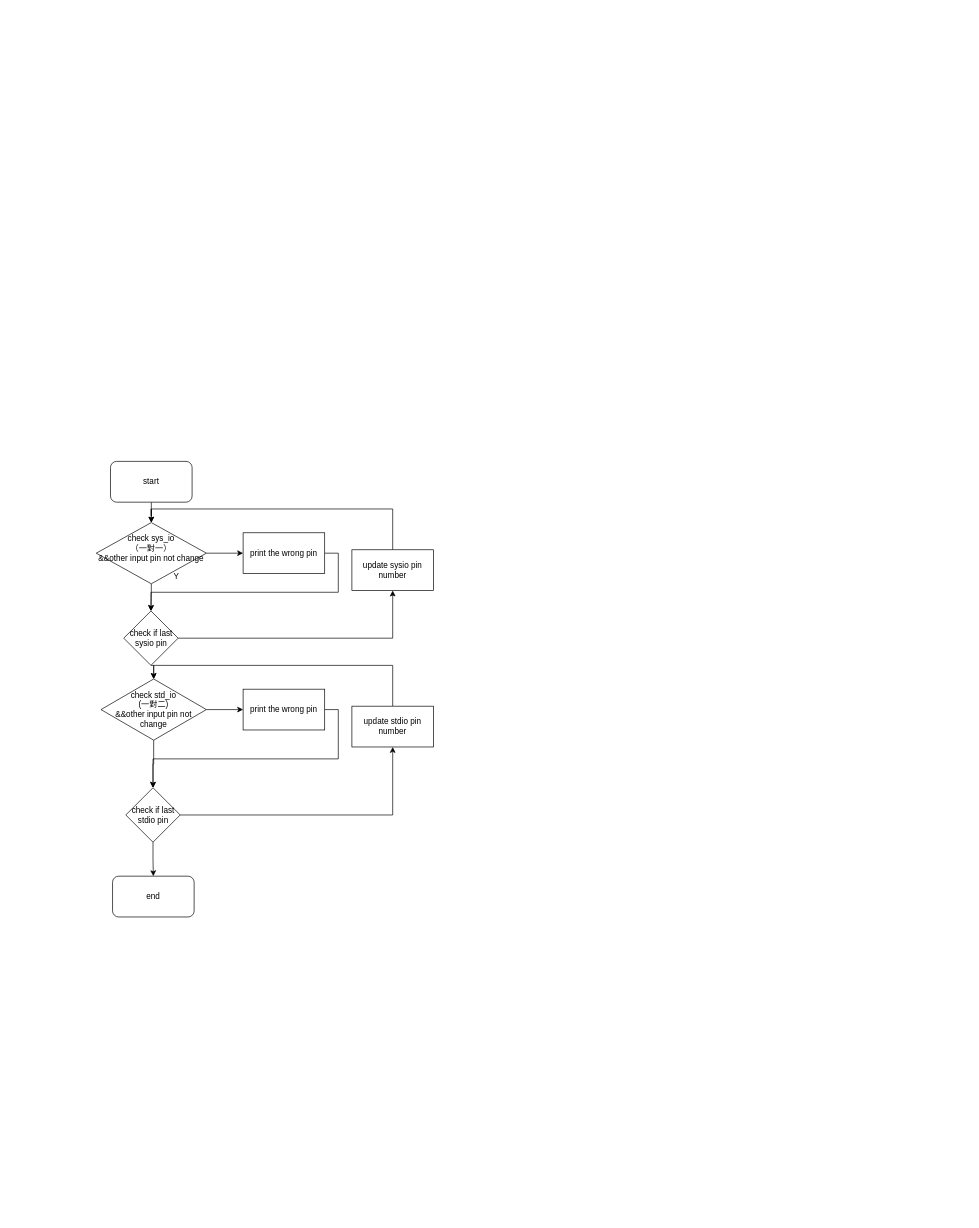
The draw.io diagram io_test_rewrite.drawio in eziohzy/FlowChartRepository, before the edit. Source tidied: cells renumbered, new cells numbered last; positions are measured from the earlier drawing's top-left corner, leaving out a move shared by most shapes. Both pictures are drawn from the tidied source at 68%, with x=0, y=0 at pixel (96, 461).
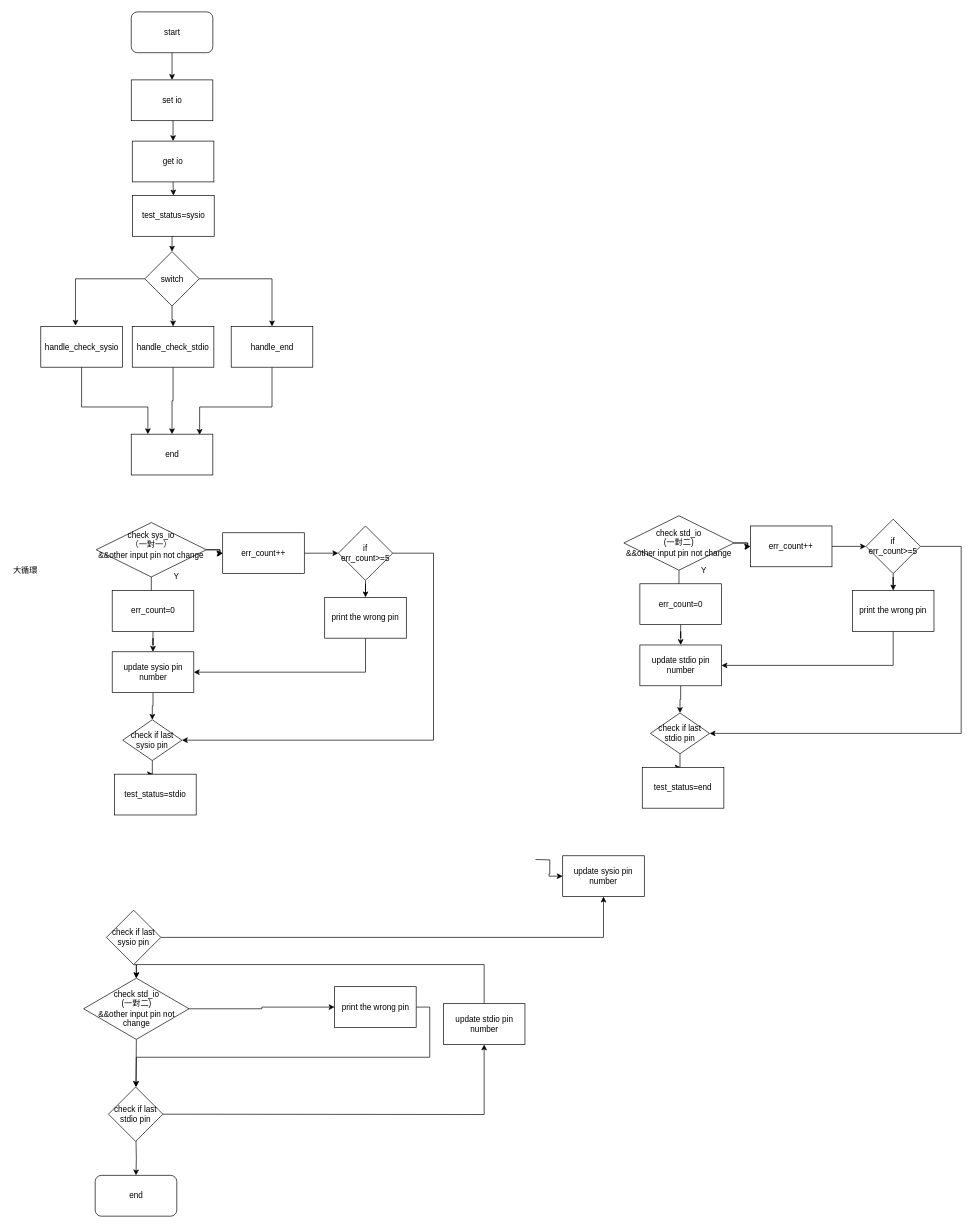
The same diagram, later.

Diff of the diagram source:
```diff
@@
-    <mxCell id="2" style="edgeStyle=orthogonalEdgeStyle;rounded=0;jettySize=auto;html=1;entryX=0.5;entryY=0;entryDx=0;entryDy=0;" parent="1" edge="1" source="3" target="6">
-      <mxGeometry relative="1" as="geometry" />
-    </mxCell>
-    <mxCell id="3" value="start" style="rounded=1;whiteSpace=wrap;html=1;" parent="1" vertex="1">
-      <mxGeometry x="21" width="120" height="60" as="geometry" />
-    </mxCell>
-    <mxCell id="4" style="edgeStyle=orthogonalEdgeStyle;rounded=0;jettySize=auto;html=1;exitX=0.5;exitY=1;exitDx=0;exitDy=0;" parent="1" edge="1" source="6" target="9">
-      <mxGeometry relative="1" as="geometry" />
-    </mxCell>
-    <mxCell id="5" style="edgeStyle=orthogonalEdgeStyle;rounded=0;jettySize=auto;html=1;entryX=0;entryY=0.5;entryDx=0;entryDy=0;" parent="1" edge="1" source="6" target="12">
-      <mxGeometry relative="1" as="geometry" />
-    </mxCell>
+    <mxCell id="26" style="edgeStyle=orthogonalEdgeStyle;rounded=0;jettySize=auto;html=1;" parent="1" edge="1" source="6">
+      <mxGeometry relative="1" as="geometry">
+        <mxPoint x="186" y="135" as="targetPoint" />
+      </mxGeometry>
+    </mxCell>
+    <mxCell id="27" style="edgeStyle=orthogonalEdgeStyle;rounded=0;jettySize=auto;html=1;" parent="1" edge="1" source="6" target="37">
+      <mxGeometry relative="1" as="geometry" />
+    </mxCell>
+    <mxCell id="28" style="edgeStyle=orthogonalEdgeStyle;rounded=0;jettySize=auto;html=1;" parent="1" edge="1" source="6">
+      <mxGeometry relative="1" as="geometry">
+        <mxPoint x="81" y="210" as="targetPoint" />
+      </mxGeometry>
+    </mxCell>
     <mxCell id="6" value="&lt;div&gt;check sys_io&lt;/div&gt;&lt;div&gt;（一對一）&lt;/div&gt;&lt;div&gt;&amp;amp;&amp;amp;other input pin not change&lt;br&gt;&lt;/div&gt;&lt;div&gt;&lt;br&gt;&lt;/div&gt;" style="rhombus;whiteSpace=wrap;html=1;" parent="1" vertex="1">
-      <mxGeometry y="90" width="162" height="90" as="geometry" />
+      <mxGeometry y="90" width="162" height="80" as="geometry" />
     </mxCell>
@@
     <mxCell id="9" value="check if last sysio pin" style="rhombus;whiteSpace=wrap;html=1;direction=south;" parent="1" vertex="1">
-      <mxGeometry x="40.5" y="220" width="80" height="80" as="geometry" />
+      <mxGeometry x="15" y="660" width="80" height="80" as="geometry" />
     </mxCell>
@@
-    <mxCell id="11" style="edgeStyle=orthogonalEdgeStyle;rounded=0;jettySize=auto;html=1;exitX=1;exitY=0.5;exitDx=0;exitDy=0;entryX=0;entryY=0.5;entryDx=0;entryDy=0;" parent="1" edge="1" source="12" target="9">
-      <mxGeometry relative="1" as="geometry" />
-    </mxCell>
-    <mxCell id="12" value="print the wrong pin" style="rounded=0;whiteSpace=wrap;html=1;" parent="1" vertex="1">
-      <mxGeometry x="216" y="105" width="120" height="60" as="geometry" />
-    </mxCell>
-    <mxCell id="13" style="edgeStyle=orthogonalEdgeStyle;rounded=0;jettySize=auto;html=1;exitX=0.5;exitY=0;exitDx=0;exitDy=0;entryX=0.5;entryY=0;entryDx=0;entryDy=0;" parent="1" edge="1" source="14" target="6">
-      <mxGeometry relative="1" as="geometry" />
-    </mxCell>
+    <mxCell id="29" style="edgeStyle=orthogonalEdgeStyle;rounded=0;jettySize=auto;html=1;" parent="1" edge="1" target="14">
+      <mxGeometry relative="1" as="geometry">
+        <mxPoint x="646" y="585.5" as="sourcePoint" />
+      </mxGeometry>
+    </mxCell>
     <mxCell id="14" value="update sysio pin number" style="rounded=0;whiteSpace=wrap;html=1;" parent="1" vertex="1">
-      <mxGeometry x="376" y="130" width="120" height="60" as="geometry" />
+      <mxGeometry x="686" y="580" width="120" height="60" as="geometry" />
     </mxCell>
@@
-    <mxCell id="16" style="edgeStyle=orthogonalEdgeStyle;rounded=0;jettySize=auto;html=1;exitX=0.5;exitY=1;exitDx=0;exitDy=0;entryX=0.5;entryY=0;entryDx=0;entryDy=0;" parent="1" edge="1" source="17" target="22">
-      <mxGeometry relative="1" as="geometry" />
+    <mxCell id="16" style="edgeStyle=orthogonalEdgeStyle;rounded=0;jettySize=auto;html=1;exitX=0.5;exitY=1;exitDx=0;exitDy=0;entryX=0.5;entryY=0;entryDx=0;entryDy=0;" parent="1" edge="1" source="17">
+      <mxGeometry relative="1" as="geometry">
+        <mxPoint x="58.5" y="920" as="targetPoint" />
+      </mxGeometry>
     </mxCell>
     <mxCell id="17" value="&lt;div&gt;check std_io&lt;/div&gt;&lt;div&gt;(一對二)&lt;/div&gt;&lt;div&gt;&amp;amp;&amp;amp;other input pin not change&lt;br&gt;&lt;/div&gt;" style="rhombus;whiteSpace=wrap;html=1;" parent="1" vertex="1">
-      <mxGeometry x="7" y="320" width="155" height="90" as="geometry" />
+      <mxGeometry x="-18.5" y="760" width="155" height="90" as="geometry" />
     </mxCell>
-    <mxCell id="18" style="edgeStyle=orthogonalEdgeStyle;rounded=0;jettySize=auto;html=1;exitX=1;exitY=0.5;exitDx=0;exitDy=0;entryX=0.5;entryY=0;entryDx=0;entryDy=0;" parent="1" edge="1" source="19" target="22">
-      <mxGeometry relative="1" as="geometry" />
+    <mxCell id="18" style="edgeStyle=orthogonalEdgeStyle;rounded=0;jettySize=auto;html=1;exitX=1;exitY=0.5;exitDx=0;exitDy=0;entryX=0.5;entryY=0;entryDx=0;entryDy=0;" parent="1" edge="1" source="19">
+      <mxGeometry relative="1" as="geometry">
+        <mxPoint x="58.5" y="920" as="targetPoint" />
+      </mxGeometry>
     </mxCell>
     <mxCell id="19" value="print the wrong pin" style="rounded=0;whiteSpace=wrap;html=1;" parent="1" vertex="1">
-      <mxGeometry x="216" y="335" width="120" height="60" as="geometry" />
+      <mxGeometry x="350.5" y="772.5" width="120" height="60" as="geometry" />
     </mxCell>
-    <mxCell id="20" style="edgeStyle=orthogonalEdgeStyle;rounded=0;jettySize=auto;html=1;entryX=0.5;entryY=0;entryDx=0;entryDy=0;" parent="1" edge="1" source="22" target="23">
-      <mxGeometry relative="1" as="geometry" />
+    <mxCell id="20" style="edgeStyle=orthogonalEdgeStyle;rounded=0;jettySize=auto;html=1;entryX=0.5;entryY=0;entryDx=0;entryDy=0;" parent="1" edge="1" target="23">
+      <mxGeometry relative="1" as="geometry">
+        <mxPoint x="58.5" y="999.5" as="sourcePoint" />
+      </mxGeometry>
     </mxCell>
-    <mxCell id="21" style="edgeStyle=orthogonalEdgeStyle;rounded=0;jettySize=auto;html=1;entryX=0.5;entryY=1;entryDx=0;entryDy=0;entryPerimeter=0;" parent="1" edge="1" source="22" target="25">
-      <mxGeometry relative="1" as="geometry" />
+    <mxCell id="21" style="edgeStyle=orthogonalEdgeStyle;rounded=0;jettySize=auto;html=1;entryX=0.5;entryY=1;entryDx=0;entryDy=0;entryPerimeter=0;" parent="1" edge="1" target="25">
+      <mxGeometry relative="1" as="geometry">
+        <mxPoint x="98" y="960" as="sourcePoint" />
+      </mxGeometry>
     </mxCell>
-    <mxCell id="22" value="check if last stdio pin" style="rhombus;whiteSpace=wrap;html=1;" parent="1" vertex="1">
-      <mxGeometry x="43.5" y="480" width="80" height="80" as="geometry" />
-    </mxCell>
     <mxCell id="23" value="end" style="rounded=1;whiteSpace=wrap;html=1;" parent="1" vertex="1">
-      <mxGeometry x="24" y="610" width="120" height="60" as="geometry" />
+      <mxGeometry x="-1.5" y="1050" width="120" height="60" as="geometry" />
     </mxCell>
@@
     <mxCell id="25" value="update stdio pin number" style="rounded=0;whiteSpace=wrap;html=1;" parent="1" vertex="1">
-      <mxGeometry x="376" y="360" width="120" height="60" as="geometry" />
+      <mxGeometry x="510.5" y="797.5" width="120" height="60" as="geometry" />
     </mxCell>
+    <mxCell id="22" value="check if last stdio pin" style="rhombus;whiteSpace=wrap;html=1;" parent="1" vertex="1">
+      <mxGeometry x="18" y="920" width="80" height="80" as="geometry" />
+    </mxCell>
+    <mxCell id="30" value="大循環" style="text;html=1;strokeColor=none;fillColor=none;align=center;verticalAlign=middle;whiteSpace=wrap;rounded=0;" parent="1" vertex="1">
+      <mxGeometry x="-124" y="150" width="40" height="20" as="geometry" />
+    </mxCell>
+    <mxCell id="31" style="edgeStyle=orthogonalEdgeStyle;rounded=0;jettySize=auto;html=1;" parent="1" edge="1" source="3" target="33">
+      <mxGeometry relative="1" as="geometry" />
+    </mxCell>
+    <mxCell id="3" value="start" style="rounded=1;whiteSpace=wrap;html=1;" parent="1" vertex="1">
+      <mxGeometry x="51.5" y="-661" width="120" height="60" as="geometry" />
+    </mxCell>
+    <mxCell id="32" style="edgeStyle=orthogonalEdgeStyle;rounded=0;jettySize=auto;html=1;exitX=0.5;exitY=1;exitDx=0;exitDy=0;entryX=0.5;entryY=0;entryDx=0;entryDy=0;" parent="1" edge="1" source="33" target="35">
+      <mxGeometry relative="1" as="geometry" />
+    </mxCell>
+    <mxCell id="33" value="set io" style="rounded=0;whiteSpace=wrap;html=1;" parent="1" vertex="1">
+      <mxGeometry x="51.5" y="-561" width="120" height="60" as="geometry" />
+    </mxCell>
+    <mxCell id="34" style="edgeStyle=orthogonalEdgeStyle;rounded=0;jettySize=auto;html=1;exitX=0.5;exitY=1;exitDx=0;exitDy=0;entryX=0.5;entryY=0;entryDx=0;entryDy=0;" parent="1" edge="1" source="35" target="49">
+      <mxGeometry relative="1" as="geometry" />
+    </mxCell>
+    <mxCell id="35" value="get io" style="rounded=0;whiteSpace=wrap;html=1;" parent="1" vertex="1">
+      <mxGeometry x="53" y="-471" width="120" height="60" as="geometry" />
+    </mxCell>
+    <mxCell id="36" style="edgeStyle=orthogonalEdgeStyle;rounded=0;jettySize=auto;html=1;exitX=1;exitY=0.5;exitDx=0;exitDy=0;entryX=0;entryY=0.5;entryDx=0;entryDy=0;" parent="1" edge="1" source="37" target="42">
+      <mxGeometry relative="1" as="geometry" />
+    </mxCell>
+    <mxCell id="37" value="err_count++" style="rounded=0;whiteSpace=wrap;html=1;" parent="1" vertex="1">
+      <mxGeometry x="186" y="105" width="120" height="60" as="geometry" />
+    </mxCell>
+    <mxCell id="38" style="edgeStyle=orthogonalEdgeStyle;rounded=0;jettySize=auto;html=1;" parent="1" edge="1" source="39" target="44">
+      <mxGeometry relative="1" as="geometry" />
+    </mxCell>
+    <mxCell id="39" value="err_count=0" style="rounded=0;whiteSpace=wrap;html=1;" parent="1" vertex="1">
+      <mxGeometry x="23.5" y="190" width="120" height="60" as="geometry" />
+    </mxCell>
+    <mxCell id="40" style="edgeStyle=orthogonalEdgeStyle;rounded=0;jettySize=auto;html=1;entryX=0.5;entryY=0;entryDx=0;entryDy=0;" parent="1" edge="1" source="42" target="46">
+      <mxGeometry relative="1" as="geometry">
+        <Array as="points">
+          <mxPoint x="496" y="135" />
+          <mxPoint x="496" y="410" />
+        </Array>
+      </mxGeometry>
+    </mxCell>
+    <mxCell id="41" style="edgeStyle=orthogonalEdgeStyle;rounded=0;jettySize=auto;html=1;entryX=0.5;entryY=0;entryDx=0;entryDy=0;" parent="1" edge="1" source="42" target="51">
+      <mxGeometry relative="1" as="geometry" />
+    </mxCell>
+    <mxCell id="42" value="if err_count&amp;gt;=5" style="rhombus;whiteSpace=wrap;html=1;" parent="1" vertex="1">
+      <mxGeometry x="356" y="95" width="80" height="80" as="geometry" />
+    </mxCell>
+    <mxCell id="43" style="edgeStyle=orthogonalEdgeStyle;rounded=0;jettySize=auto;html=1;entryX=0;entryY=0.5;entryDx=0;entryDy=0;" parent="1" edge="1" source="44" target="46">
+      <mxGeometry relative="1" as="geometry" />
+    </mxCell>
+    <mxCell id="44" value="update sysio pin number" style="rounded=0;whiteSpace=wrap;html=1;" parent="1" vertex="1">
+      <mxGeometry x="23.5" y="280" width="120" height="60" as="geometry" />
+    </mxCell>
+    <mxCell id="45" style="edgeStyle=orthogonalEdgeStyle;rounded=0;jettySize=auto;html=1;" parent="1" edge="1" source="46">
+      <mxGeometry relative="1" as="geometry">
+        <mxPoint x="83" y="460" as="targetPoint" />
+      </mxGeometry>
+    </mxCell>
+    <mxCell id="46" value="check if last sysio pin" style="rhombus;whiteSpace=wrap;html=1;direction=south;" parent="1" vertex="1">
+      <mxGeometry x="39" y="380" width="87" height="60" as="geometry" />
+    </mxCell>
+    <mxCell id="47" value="test_status=stdio" style="rounded=0;whiteSpace=wrap;html=1;" parent="1" vertex="1">
+      <mxGeometry x="27" y="460" width="120" height="60" as="geometry" />
+    </mxCell>
+    <mxCell id="48" style="edgeStyle=orthogonalEdgeStyle;rounded=0;jettySize=auto;html=1;exitX=0.5;exitY=1;exitDx=0;exitDy=0;entryX=0.5;entryY=0;entryDx=0;entryDy=0;" parent="1" edge="1" source="49" target="74">
+      <mxGeometry relative="1" as="geometry" />
+    </mxCell>
+    <mxCell id="49" value="test_status=sysio" style="rounded=0;whiteSpace=wrap;html=1;" parent="1" vertex="1">
+      <mxGeometry x="53.5" y="-391" width="120" height="60" as="geometry" />
+    </mxCell>
+    <mxCell id="50" style="edgeStyle=orthogonalEdgeStyle;rounded=0;jettySize=auto;html=1;entryX=1;entryY=0.5;entryDx=0;entryDy=0;" parent="1" edge="1" source="51" target="44">
+      <mxGeometry relative="1" as="geometry">
+        <Array as="points">
+          <mxPoint x="396" y="310" />
+        </Array>
+      </mxGeometry>
+    </mxCell>
+    <mxCell id="51" value="print the wrong pin" style="rounded=0;whiteSpace=wrap;html=1;" parent="1" vertex="1">
+      <mxGeometry x="336" y="200" width="120" height="60" as="geometry" />
+    </mxCell>
+    <mxCell id="52" style="edgeStyle=orthogonalEdgeStyle;rounded=0;jettySize=auto;html=1;" parent="1" edge="1" source="55">
+      <mxGeometry relative="1" as="geometry">
+        <mxPoint x="962" y="125" as="targetPoint" />
+      </mxGeometry>
+    </mxCell>
+    <mxCell id="53" style="edgeStyle=orthogonalEdgeStyle;rounded=0;jettySize=auto;html=1;" parent="1" edge="1" source="55" target="58">
+      <mxGeometry relative="1" as="geometry" />
+    </mxCell>
+    <mxCell id="54" style="edgeStyle=orthogonalEdgeStyle;rounded=0;jettySize=auto;html=1;" parent="1" edge="1" source="55">
+      <mxGeometry relative="1" as="geometry">
+        <mxPoint x="857" y="200" as="targetPoint" />
+      </mxGeometry>
+    </mxCell>
+    <mxCell id="55" value="&lt;div&gt;check std_io&lt;/div&gt;&lt;div&gt;(一對二)&lt;/div&gt;&lt;div&gt;&amp;amp;&amp;amp;other input pin not change&lt;br&gt;&lt;/div&gt;" style="rhombus;whiteSpace=wrap;html=1;" parent="1" vertex="1">
+      <mxGeometry x="776" y="80" width="162" height="80" as="geometry" />
+    </mxCell>
+    <mxCell id="56" value="Y" style="text;html=1;strokeColor=none;fillColor=none;align=center;verticalAlign=middle;whiteSpace=wrap;rounded=0;" parent="1" vertex="1">
+      <mxGeometry x="874" y="150" width="40" height="20" as="geometry" />
+    </mxCell>
+    <mxCell id="57" style="edgeStyle=orthogonalEdgeStyle;rounded=0;jettySize=auto;html=1;exitX=1;exitY=0.5;exitDx=0;exitDy=0;entryX=0;entryY=0.5;entryDx=0;entryDy=0;" parent="1" edge="1" source="58" target="63">
+      <mxGeometry relative="1" as="geometry" />
+    </mxCell>
+    <mxCell id="58" value="err_count++" style="rounded=0;whiteSpace=wrap;html=1;" parent="1" vertex="1">
+      <mxGeometry x="962" y="95" width="120" height="60" as="geometry" />
+    </mxCell>
+    <mxCell id="59" style="edgeStyle=orthogonalEdgeStyle;rounded=0;jettySize=auto;html=1;" parent="1" edge="1" source="60" target="65">
+      <mxGeometry relative="1" as="geometry" />
+    </mxCell>
+    <mxCell id="60" value="err_count=0" style="rounded=0;whiteSpace=wrap;html=1;" parent="1" vertex="1">
+      <mxGeometry x="799.5" y="180" width="120" height="60" as="geometry" />
+    </mxCell>
+    <mxCell id="61" style="edgeStyle=orthogonalEdgeStyle;rounded=0;jettySize=auto;html=1;entryX=0.5;entryY=0;entryDx=0;entryDy=0;" parent="1" edge="1" source="63" target="67">
+      <mxGeometry relative="1" as="geometry">
+        <Array as="points">
+          <mxPoint x="1272" y="125" />
+          <mxPoint x="1272" y="400" />
+        </Array>
+      </mxGeometry>
+    </mxCell>
+    <mxCell id="62" style="edgeStyle=orthogonalEdgeStyle;rounded=0;jettySize=auto;html=1;entryX=0.5;entryY=0;entryDx=0;entryDy=0;" parent="1" edge="1" source="63" target="70">
+      <mxGeometry relative="1" as="geometry" />
+    </mxCell>
+    <mxCell id="63" value="if err_count&amp;gt;=5" style="rhombus;whiteSpace=wrap;html=1;" parent="1" vertex="1">
+      <mxGeometry x="1132" y="85" width="80" height="80" as="geometry" />
+    </mxCell>
+    <mxCell id="64" style="edgeStyle=orthogonalEdgeStyle;rounded=0;jettySize=auto;html=1;entryX=0;entryY=0.5;entryDx=0;entryDy=0;" parent="1" edge="1" source="65" target="67">
+      <mxGeometry relative="1" as="geometry" />
+    </mxCell>
+    <mxCell id="65" value="update stdio pin number" style="rounded=0;whiteSpace=wrap;html=1;" parent="1" vertex="1">
+      <mxGeometry x="799.5" y="270" width="120" height="60" as="geometry" />
+    </mxCell>
+    <mxCell id="66" style="edgeStyle=orthogonalEdgeStyle;rounded=0;jettySize=auto;html=1;" parent="1" edge="1" source="67">
+      <mxGeometry relative="1" as="geometry">
+        <mxPoint x="859" y="450" as="targetPoint" />
+      </mxGeometry>
+    </mxCell>
+    <mxCell id="67" value="check if last stdio pin" style="rhombus;whiteSpace=wrap;html=1;direction=south;" parent="1" vertex="1">
+      <mxGeometry x="815" y="370" width="87" height="60" as="geometry" />
+    </mxCell>
+    <mxCell id="68" value="test_status=end" style="rounded=0;whiteSpace=wrap;html=1;" parent="1" vertex="1">
+      <mxGeometry x="803" y="450" width="120" height="60" as="geometry" />
+    </mxCell>
+    <mxCell id="69" style="edgeStyle=orthogonalEdgeStyle;rounded=0;jettySize=auto;html=1;entryX=1;entryY=0.5;entryDx=0;entryDy=0;" parent="1" edge="1" source="70" target="65">
+      <mxGeometry relative="1" as="geometry">
+        <Array as="points">
+          <mxPoint x="1172" y="300" />
+        </Array>
+      </mxGeometry>
+    </mxCell>
+    <mxCell id="70" value="print the wrong pin" style="rounded=0;whiteSpace=wrap;html=1;" parent="1" vertex="1">
+      <mxGeometry x="1112" y="190" width="120" height="60" as="geometry" />
+    </mxCell>
+    <mxCell id="71" style="edgeStyle=orthogonalEdgeStyle;rounded=0;jettySize=auto;html=1;entryX=0.5;entryY=0;entryDx=0;entryDy=0;" parent="1" edge="1" source="74" target="80">
+      <mxGeometry relative="1" as="geometry">
+        <Array as="points">
+          <mxPoint x="258.5" y="-268.5" />
+        </Array>
+      </mxGeometry>
+    </mxCell>
+    <mxCell id="72" style="edgeStyle=orthogonalEdgeStyle;rounded=0;jettySize=auto;html=1;exitX=0;exitY=0.5;exitDx=0;exitDy=0;entryX=0.425;entryY=-0.017;entryDx=0;entryDy=0;entryPerimeter=0;" parent="1" edge="1" source="74" target="76">
+      <mxGeometry relative="1" as="geometry" />
+    </mxCell>
+    <mxCell id="73" style="edgeStyle=orthogonalEdgeStyle;rounded=0;jettySize=auto;html=1;exitX=0.5;exitY=1;exitDx=0;exitDy=0;" parent="1" edge="1" source="74" target="78">
+      <mxGeometry relative="1" as="geometry" />
+    </mxCell>
+    <mxCell id="74" value="switch" style="rhombus;whiteSpace=wrap;html=1;" parent="1" vertex="1">
+      <mxGeometry x="71.5" y="-308.5" width="80" height="80" as="geometry" />
+    </mxCell>
+    <mxCell id="75" style="edgeStyle=orthogonalEdgeStyle;rounded=0;jettySize=auto;html=1;entryX=0.204;entryY=0;entryDx=0;entryDy=0;entryPerimeter=0;" parent="1" edge="1" source="76" target="81">
+      <mxGeometry relative="1" as="geometry">
+        <Array as="points">
+          <mxPoint x="-21" y="-80" />
+          <mxPoint x="76" y="-80" />
+        </Array>
+      </mxGeometry>
+    </mxCell>
+    <mxCell id="76" value="handle_check_sysio" style="rounded=0;whiteSpace=wrap;html=1;" parent="1" vertex="1">
+      <mxGeometry x="-81.5" y="-198.5" width="120" height="60" as="geometry" />
+    </mxCell>
+    <mxCell id="77" style="edgeStyle=orthogonalEdgeStyle;rounded=0;jettySize=auto;html=1;entryX=0.5;entryY=0;entryDx=0;entryDy=0;" parent="1" edge="1" source="78" target="81">
+      <mxGeometry relative="1" as="geometry" />
+    </mxCell>
+    <mxCell id="78" value="handle_check_stdio" style="rounded=0;whiteSpace=wrap;html=1;" parent="1" vertex="1">
+      <mxGeometry x="53" y="-198.5" width="120" height="60" as="geometry" />
+    </mxCell>
+    <mxCell id="79" style="edgeStyle=orthogonalEdgeStyle;rounded=0;jettySize=auto;html=1;entryX=0.838;entryY=0.017;entryDx=0;entryDy=0;entryPerimeter=0;" parent="1" edge="1" source="80" target="81">
+      <mxGeometry relative="1" as="geometry">
+        <Array as="points">
+          <mxPoint x="259" y="-80" />
+          <mxPoint x="152" y="-80" />
+        </Array>
+      </mxGeometry>
+    </mxCell>
+    <mxCell id="80" value="handle_end" style="rounded=0;whiteSpace=wrap;html=1;" parent="1" vertex="1">
+      <mxGeometry x="198.5" y="-198.5" width="120" height="60" as="geometry" />
+    </mxCell>
+    <mxCell id="81" value="end" style="rounded=0;whiteSpace=wrap;html=1;" parent="1" vertex="1">
+      <mxGeometry x="51.5" y="-40" width="120" height="60" as="geometry" />
+    </mxCell>
```
